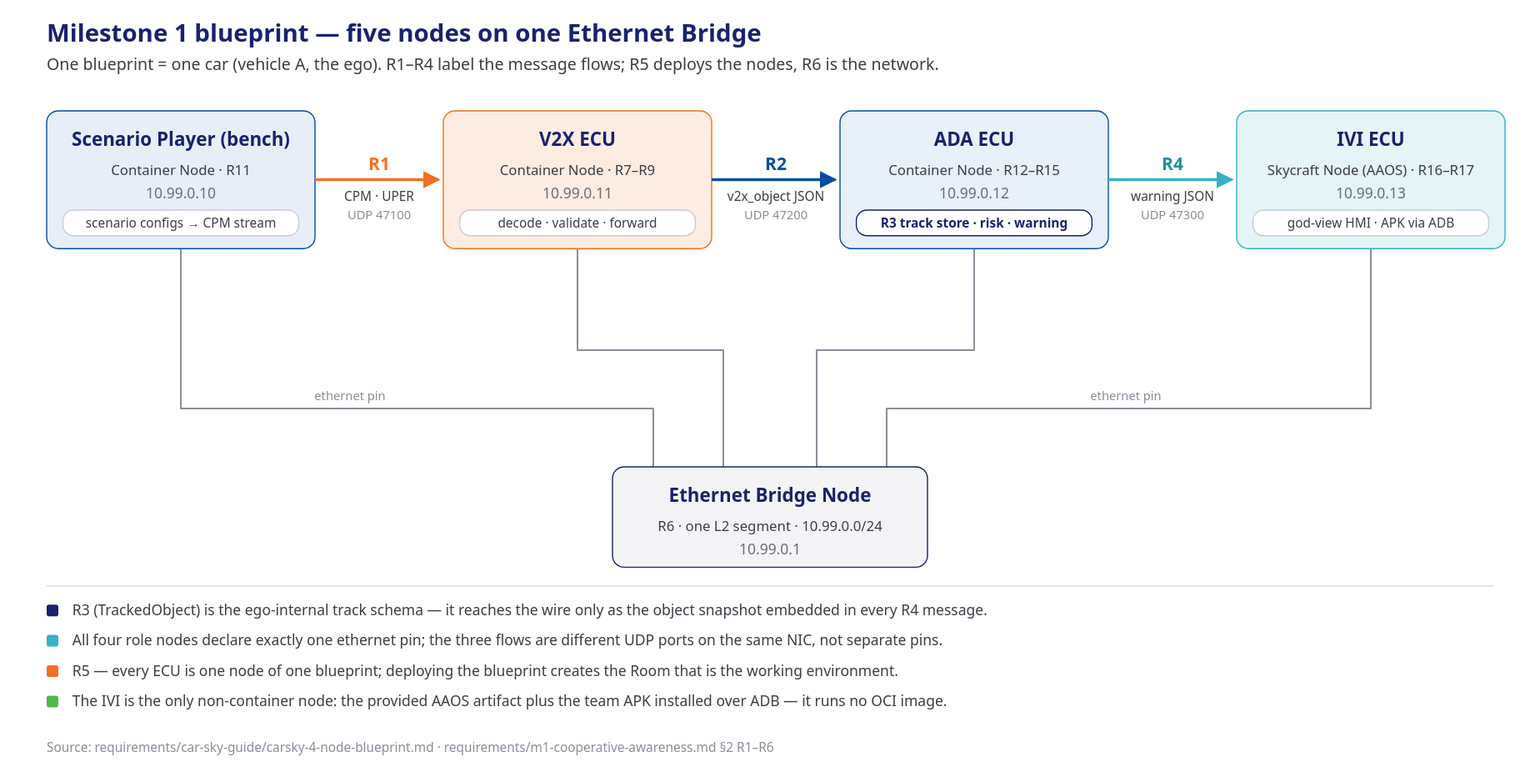
Before: presentation/assets/m1-blueprint-5-nodes.svg, a diagram exported from draw.io (mnpham2101/FPT-Hackathon2026). Source tidied: cells renumbered, new cells last; positions are measured from the earlier drawing's top-left corner, leaving out a move shared by most shapes.
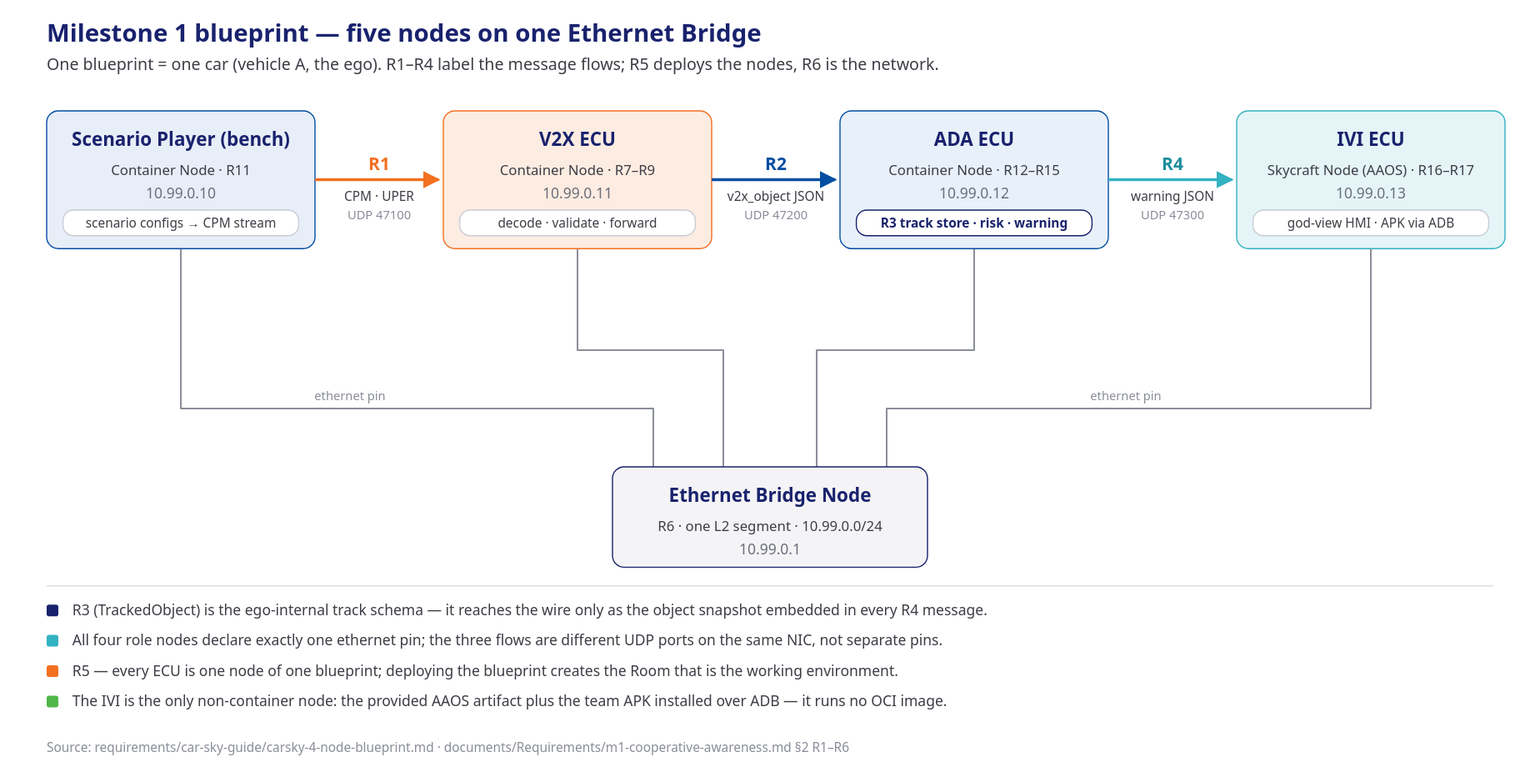
The same diagram one commit later.

The edit, as a diff of the source:
```diff
@@ -144,7 +144,7 @@
     <mxCell id="39" value="The IVI is the only non-container node: the provided AAOS artifact plus the team APK installed over ADB — it runs no OCI image." style="text;html=1;align=left;fontSize=12.5;fontColor=#3d3d46;" parent="1" vertex="1">
       <mxGeometry x="22" y="580" width="1240" height="18" as="geometry" />
     </mxCell>
-    <mxCell id="40" value="Source: requirements/car-sky-guide/carsky-4-node-blueprint.md · requirements/m1-cooperative-awareness.md §2 R1–R6" style="text;html=1;align=left;fontSize=11;fontColor=#8a8d99;" parent="1" vertex="1">
+    <mxCell id="40" value="Source: requirements/car-sky-guide/carsky-4-node-blueprint.md · documents/Requirements/m1-cooperative-awareness.md §2 R1–R6" style="text;html=1;align=left;fontSize=11;fontColor=#8a8d99;" parent="1" vertex="1">
       <mxGeometry y="616" width="1000" height="18" as="geometry" />
     </mxCell>
   </root>
```
